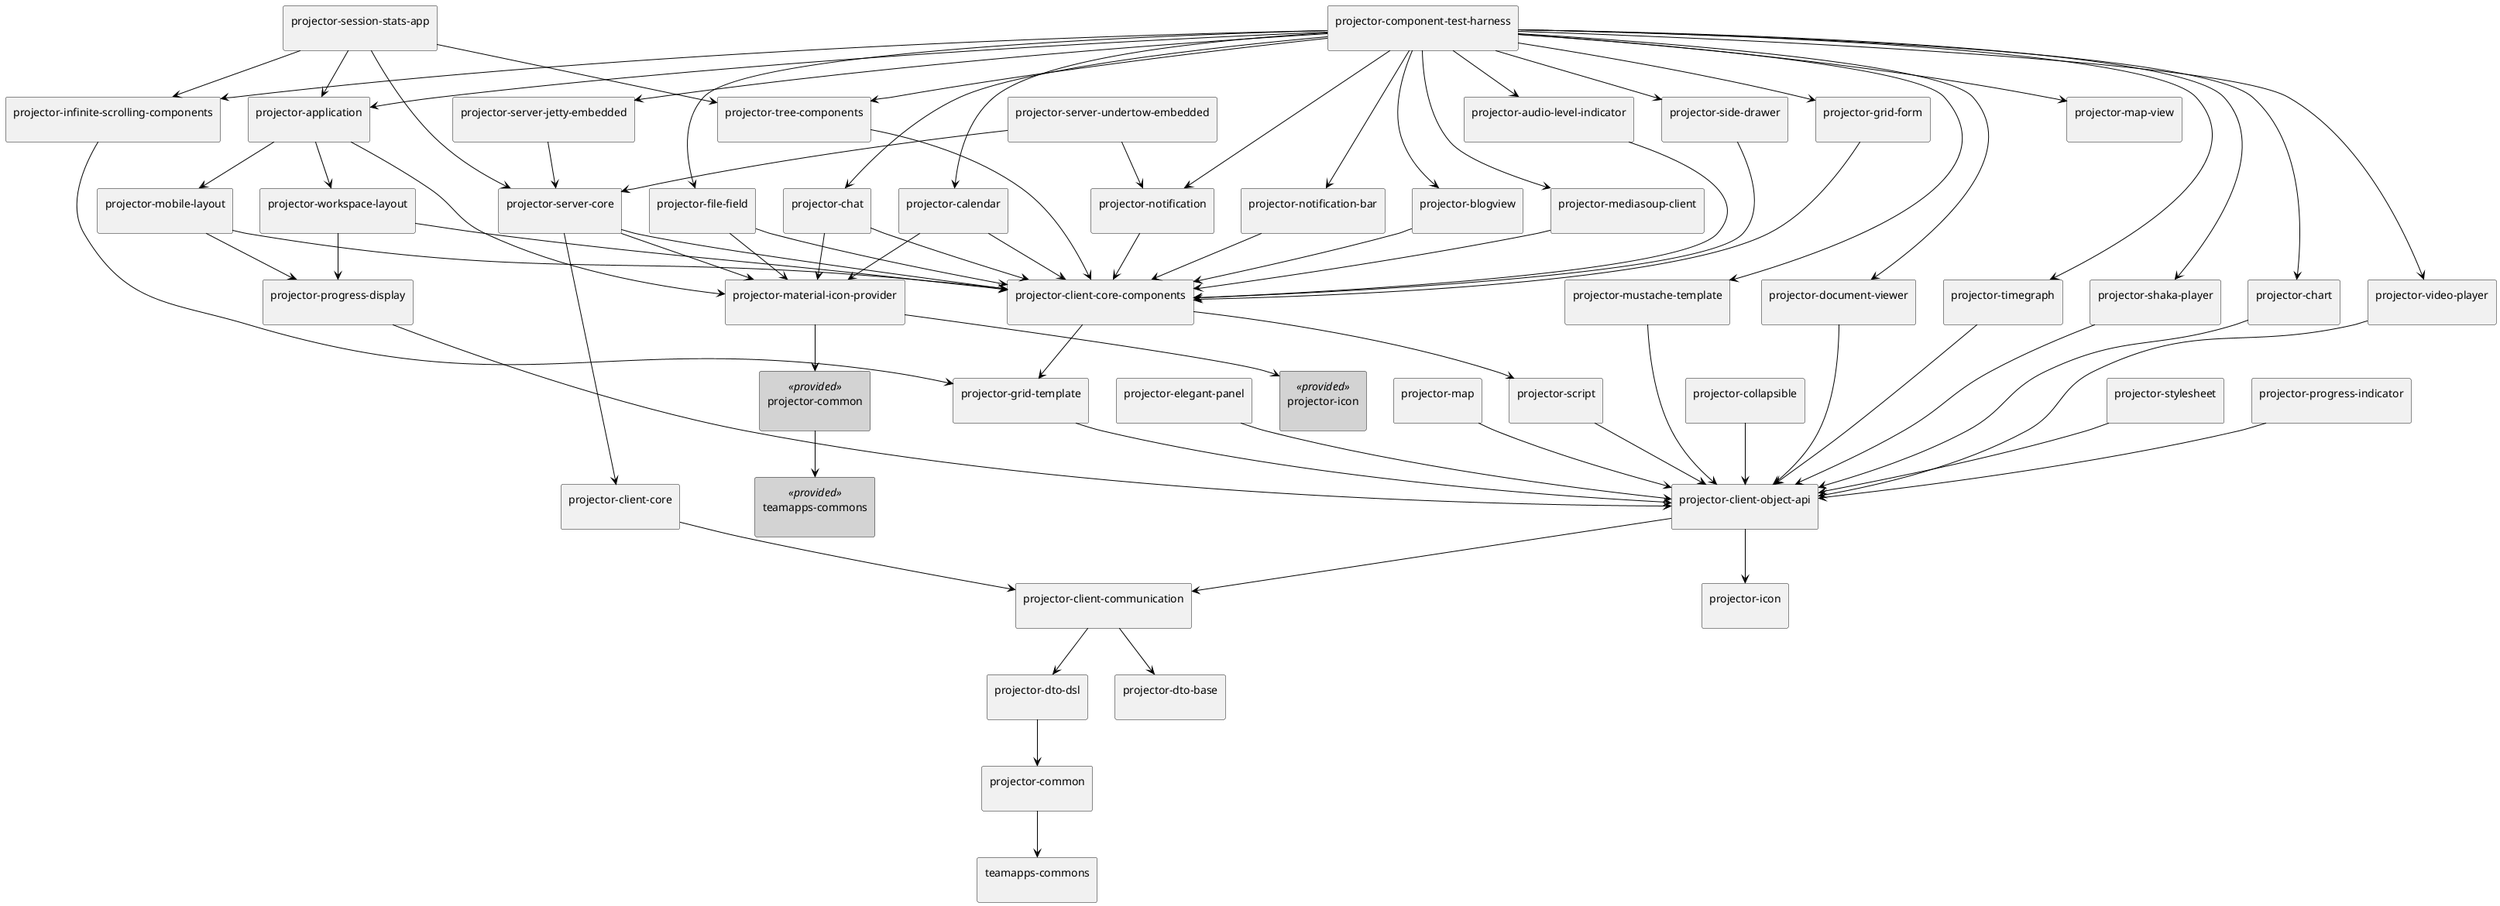
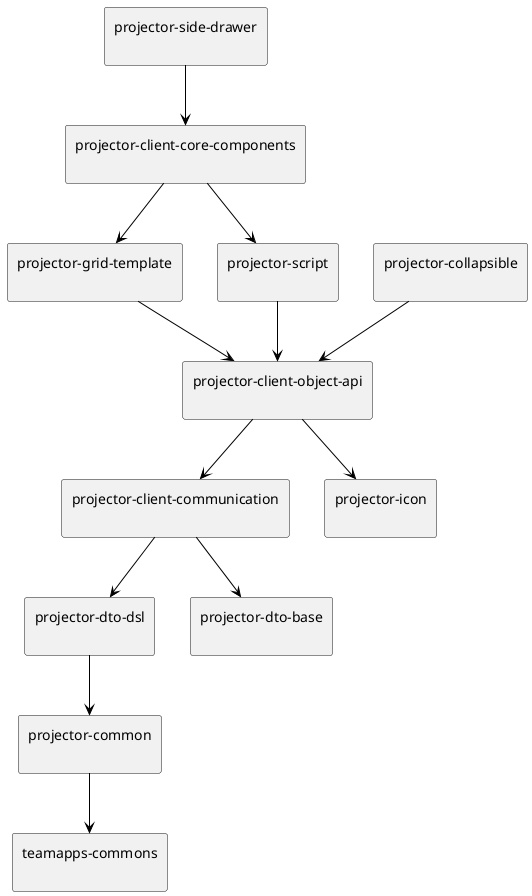
@startuml
skinparam defaultTextAlignment center
skinparam rectangle {
  BackgroundColor<<optional>> beige
  BackgroundColor<<test>> lightGreen
  BackgroundColor<<runtime>> lightBlue
  BackgroundColor<<provided>> lightGray
}
rectangle "projector-common\n" as org_teamapps_projector_common_jar_compile
rectangle "teamapps-commons\n" as org_teamapps_teamapps_commons_jar_compile
rectangle "projector-dto-dsl\n" as org_teamapps_projector_dto_dsl_jar_compile
rectangle "projector-client-communication\n" as org_teamapps_projector_client_communication_jar_compile
rectangle "projector-dto-base\n" as org_teamapps_projector_dto_base_jar_compile
rectangle "projector-client-object-api\n" as org_teamapps_projector_client_object_api_jar_compile
rectangle "projector-icon\n" as org_teamapps_projector_icon_jar_compile
- rectangle "projector-client-core\n" as org_teamapps_projector_client_core_jar_compile
rectangle "projector-grid-template\n" as org_teamapps_projector_grid_template_jar_compile
- rectangle "projector-mustache-template\n" as org_teamapps_projector_mustache_template_jar_compile
rectangle "projector-script\n" as org_teamapps_projector_script_jar_compile
rectangle "projector-client-core-components\n" as org_teamapps_projector_client_core_components_jar_compile
- rectangle "projector-stylesheet\n" as org_teamapps_projector_stylesheet_jar_compile
- rectangle "projector-progress-indicator\n" as org_teamapps_projector_progress_indicator_jar_compile
- rectangle "projector-notification\n" as org_teamapps_projector_notification_jar_compile
- rectangle "projector-progress-display\n" as org_teamapps_projector_progress_display_jar_compile
- rectangle "projector-mobile-layout\n" as org_teamapps_projector_mobile_layout_jar_compile
- rectangle "projector-notification-bar\n" as org_teamapps_projector_notification_bar_jar_compile
- rectangle "projector-tree-components\n" as org_teamapps_projector_tree_components_jar_compile
- rectangle "projector-infinite-scrolling-components\n" as org_teamapps_projector_infinite_scrolling_components_jar_compile
- rectangle "projector-material-icon-provider\n" as org_teamapps_projector_material_icon_provider_jar_compile
- rectangle "projector-icon\n" as org_teamapps_projector_icon_jar_provided<<provided>>
- rectangle "projector-common\n" as org_teamapps_projector_common_jar_provided<<provided>>
- rectangle "teamapps-commons\n" as org_teamapps_teamapps_commons_jar_provided<<provided>>
- rectangle "projector-calendar\n" as org_teamapps_projector_calendar_jar_compile
- rectangle "projector-document-viewer\n" as org_teamapps_projector_document_viewer_jar_compile
- rectangle "projector-elegant-panel\n" as org_teamapps_projector_elegant_panel_jar_compile
- rectangle "projector-file-field\n" as org_teamapps_projector_file_field_jar_compile
- rectangle "projector-timegraph\n" as org_teamapps_projector_timegraph_jar_compile
- rectangle "projector-workspace-layout\n" as org_teamapps_projector_workspace_layout_jar_compile
- rectangle "projector-blogview\n" as org_teamapps_projector_blogview_jar_compile
- rectangle "projector-map\n" as org_teamapps_projector_map_jar_compile
- rectangle "projector-shaka-player\n" as org_teamapps_projector_shaka_player_jar_compile
- rectangle "projector-mediasoup-client\n" as org_teamapps_projector_mediasoup_client_jar_compile
- rectangle "projector-chart\n" as org_teamapps_projector_chart_jar_compile
- rectangle "projector-audio-level-indicator\n" as org_teamapps_projector_audio_level_indicator_jar_compile
- rectangle "projector-chat\n" as org_teamapps_projector_chat_jar_compile
rectangle "projector-collapsible\n" as org_teamapps_projector_collapsible_jar_compile
rectangle "projector-side-drawer\n" as org_teamapps_projector_side_drawer_jar_compile
- rectangle "projector-video-player\n" as org_teamapps_projector_video_player_jar_compile
- rectangle "projector-grid-form\n" as org_teamapps_projector_grid_form_jar_compile
- rectangle "projector-application\n" as org_teamapps_projector_application_jar_compile
- rectangle "projector-server-core\n" as org_teamapps_projector_server_core_jar_compile
- rectangle "projector-server-jetty-embedded\n" as org_teamapps_projector_server_jetty_embedded_jar_compile
- rectangle "projector-server-undertow-embedded\n" as org_teamapps_projector_server_undertow_embedded_jar_compile
- rectangle "projector-session-stats-app\n" as org_teamapps_projector_session_stats_app_jar_compile
- rectangle "projector-component-test-harness\n" as org_teamapps_projector_component_test_harness_jar_compile
- rectangle "projector-map-view\n" as org_teamapps_projector_map_view_jar_compile
org_teamapps_projector_common_jar_compile -[#000000]-> org_teamapps_teamapps_commons_jar_compile
org_teamapps_projector_dto_dsl_jar_compile -[#000000]-> org_teamapps_projector_common_jar_compile
org_teamapps_projector_client_communication_jar_compile -[#000000]-> org_teamapps_projector_dto_dsl_jar_compile
org_teamapps_projector_client_communication_jar_compile -[#000000]-> org_teamapps_projector_dto_base_jar_compile
org_teamapps_projector_client_object_api_jar_compile -[#000000]-> org_teamapps_projector_client_communication_jar_compile
org_teamapps_projector_client_object_api_jar_compile -[#000000]-> org_teamapps_projector_icon_jar_compile
- org_teamapps_projector_client_core_jar_compile -[#000000]-> org_teamapps_projector_client_communication_jar_compile
org_teamapps_projector_grid_template_jar_compile -[#000000]-> org_teamapps_projector_client_object_api_jar_compile
- org_teamapps_projector_mustache_template_jar_compile -[#000000]-> org_teamapps_projector_client_object_api_jar_compile
org_teamapps_projector_script_jar_compile -[#000000]-> org_teamapps_projector_client_object_api_jar_compile
org_teamapps_projector_client_core_components_jar_compile -[#000000]-> org_teamapps_projector_grid_template_jar_compile
org_teamapps_projector_client_core_components_jar_compile -[#000000]-> org_teamapps_projector_script_jar_compile
- org_teamapps_projector_stylesheet_jar_compile -[#000000]-> org_teamapps_projector_client_object_api_jar_compile
- org_teamapps_projector_progress_indicator_jar_compile -[#000000]-> org_teamapps_projector_client_object_api_jar_compile
- org_teamapps_projector_notification_jar_compile -[#000000]-> org_teamapps_projector_client_core_components_jar_compile
- org_teamapps_projector_progress_display_jar_compile -[#000000]-> org_teamapps_projector_client_object_api_jar_compile
- org_teamapps_projector_mobile_layout_jar_compile -[#000000]-> org_teamapps_projector_progress_display_jar_compile
- org_teamapps_projector_mobile_layout_jar_compile -[#000000]-> org_teamapps_projector_client_core_components_jar_compile
- org_teamapps_projector_notification_bar_jar_compile -[#000000]-> org_teamapps_projector_client_core_components_jar_compile
- org_teamapps_projector_tree_components_jar_compile -[#000000]-> org_teamapps_projector_client_core_components_jar_compile
- org_teamapps_projector_infinite_scrolling_components_jar_compile -[#000000]-> org_teamapps_projector_grid_template_jar_compile
- org_teamapps_projector_material_icon_provider_jar_compile -[#000000]-> org_teamapps_projector_icon_jar_provided
- org_teamapps_projector_common_jar_provided -[#000000]-> org_teamapps_teamapps_commons_jar_provided
- org_teamapps_projector_material_icon_provider_jar_compile -[#000000]-> org_teamapps_projector_common_jar_provided
- org_teamapps_projector_calendar_jar_compile -[#000000]-> org_teamapps_projector_client_core_components_jar_compile
- org_teamapps_projector_calendar_jar_compile -[#000000]-> org_teamapps_projector_material_icon_provider_jar_compile
- org_teamapps_projector_document_viewer_jar_compile -[#000000]-> org_teamapps_projector_client_object_api_jar_compile
- org_teamapps_projector_elegant_panel_jar_compile -[#000000]-> org_teamapps_projector_client_object_api_jar_compile
- org_teamapps_projector_file_field_jar_compile -[#000000]-> org_teamapps_projector_material_icon_provider_jar_compile
- org_teamapps_projector_file_field_jar_compile -[#000000]-> org_teamapps_projector_client_core_components_jar_compile
- org_teamapps_projector_timegraph_jar_compile -[#000000]-> org_teamapps_projector_client_object_api_jar_compile
- org_teamapps_projector_workspace_layout_jar_compile -[#000000]-> org_teamapps_projector_progress_display_jar_compile
- org_teamapps_projector_workspace_layout_jar_compile -[#000000]-> org_teamapps_projector_client_core_components_jar_compile
- org_teamapps_projector_blogview_jar_compile -[#000000]-> org_teamapps_projector_client_core_components_jar_compile
- org_teamapps_projector_map_jar_compile -[#000000]-> org_teamapps_projector_client_object_api_jar_compile
- org_teamapps_projector_shaka_player_jar_compile -[#000000]-> org_teamapps_projector_client_object_api_jar_compile
- org_teamapps_projector_mediasoup_client_jar_compile -[#000000]-> org_teamapps_projector_client_core_components_jar_compile
- org_teamapps_projector_chart_jar_compile -[#000000]-> org_teamapps_projector_client_object_api_jar_compile
- org_teamapps_projector_audio_level_indicator_jar_compile -[#000000]-> org_teamapps_projector_client_core_components_jar_compile
- org_teamapps_projector_chat_jar_compile -[#000000]-> org_teamapps_projector_client_core_components_jar_compile
- org_teamapps_projector_chat_jar_compile -[#000000]-> org_teamapps_projector_material_icon_provider_jar_compile
org_teamapps_projector_collapsible_jar_compile -[#000000]-> org_teamapps_projector_client_object_api_jar_compile
org_teamapps_projector_side_drawer_jar_compile -[#000000]-> org_teamapps_projector_client_core_components_jar_compile
- org_teamapps_projector_video_player_jar_compile -[#000000]-> org_teamapps_projector_client_object_api_jar_compile
- org_teamapps_projector_grid_form_jar_compile -[#000000]-> org_teamapps_projector_client_core_components_jar_compile
- org_teamapps_projector_application_jar_compile -[#000000]-> org_teamapps_projector_workspace_layout_jar_compile
- org_teamapps_projector_application_jar_compile -[#000000]-> org_teamapps_projector_mobile_layout_jar_compile
- org_teamapps_projector_application_jar_compile -[#000000]-> org_teamapps_projector_material_icon_provider_jar_compile
- org_teamapps_projector_server_core_jar_compile -[#000000]-> org_teamapps_projector_client_core_jar_compile
- org_teamapps_projector_server_core_jar_compile -[#000000]-> org_teamapps_projector_client_core_components_jar_compile
- org_teamapps_projector_server_core_jar_compile -[#000000]-> org_teamapps_projector_material_icon_provider_jar_compile
- org_teamapps_projector_server_jetty_embedded_jar_compile -[#000000]-> org_teamapps_projector_server_core_jar_compile
- org_teamapps_projector_server_undertow_embedded_jar_compile -[#000000]-> org_teamapps_projector_server_core_jar_compile
- org_teamapps_projector_server_undertow_embedded_jar_compile -[#000000]-> org_teamapps_projector_notification_jar_compile
- org_teamapps_projector_session_stats_app_jar_compile -[#000000]-> org_teamapps_projector_infinite_scrolling_components_jar_compile
- org_teamapps_projector_session_stats_app_jar_compile -[#000000]-> org_teamapps_projector_server_core_jar_compile
- org_teamapps_projector_session_stats_app_jar_compile -[#000000]-> org_teamapps_projector_application_jar_compile
- org_teamapps_projector_session_stats_app_jar_compile -[#000000]-> org_teamapps_projector_tree_components_jar_compile
- org_teamapps_projector_component_test_harness_jar_compile -[#000000]-> org_teamapps_projector_server_jetty_embedded_jar_compile
- org_teamapps_projector_component_test_harness_jar_compile -[#000000]-> org_teamapps_projector_grid_form_jar_compile
- org_teamapps_projector_component_test_harness_jar_compile -[#000000]-> org_teamapps_projector_tree_components_jar_compile
- org_teamapps_projector_component_test_harness_jar_compile -[#000000]-> org_teamapps_projector_mustache_template_jar_compile
- org_teamapps_projector_component_test_harness_jar_compile -[#000000]-> org_teamapps_projector_infinite_scrolling_components_jar_compile
- org_teamapps_projector_component_test_harness_jar_compile -[#000000]-> org_teamapps_projector_file_field_jar_compile
- org_teamapps_projector_component_test_harness_jar_compile -[#000000]-> org_teamapps_projector_audio_level_indicator_jar_compile
- org_teamapps_projector_component_test_harness_jar_compile -[#000000]-> org_teamapps_projector_notification_jar_compile
- org_teamapps_projector_component_test_harness_jar_compile -[#000000]-> org_teamapps_projector_calendar_jar_compile
- org_teamapps_projector_component_test_harness_jar_compile -[#000000]-> org_teamapps_projector_map_view_jar_compile
- org_teamapps_projector_component_test_harness_jar_compile -[#000000]-> org_teamapps_projector_blogview_jar_compile
- org_teamapps_projector_component_test_harness_jar_compile -[#000000]-> org_teamapps_projector_application_jar_compile
- org_teamapps_projector_component_test_harness_jar_compile -[#000000]-> org_teamapps_projector_notification_bar_jar_compile
- org_teamapps_projector_component_test_harness_jar_compile -[#000000]-> org_teamapps_projector_document_viewer_jar_compile
- org_teamapps_projector_component_test_harness_jar_compile -[#000000]-> org_teamapps_projector_video_player_jar_compile
- org_teamapps_projector_component_test_harness_jar_compile -[#000000]-> org_teamapps_projector_shaka_player_jar_compile
- org_teamapps_projector_component_test_harness_jar_compile -[#000000]-> org_teamapps_projector_mediasoup_client_jar_compile
- org_teamapps_projector_component_test_harness_jar_compile -[#000000]-> org_teamapps_projector_timegraph_jar_compile
- org_teamapps_projector_component_test_harness_jar_compile -[#000000]-> org_teamapps_projector_chart_jar_compile
- org_teamapps_projector_component_test_harness_jar_compile -[#000000]-> org_teamapps_projector_chat_jar_compile
- org_teamapps_projector_component_test_harness_jar_compile -[#000000]-> org_teamapps_projector_side_drawer_jar_compile
@enduml